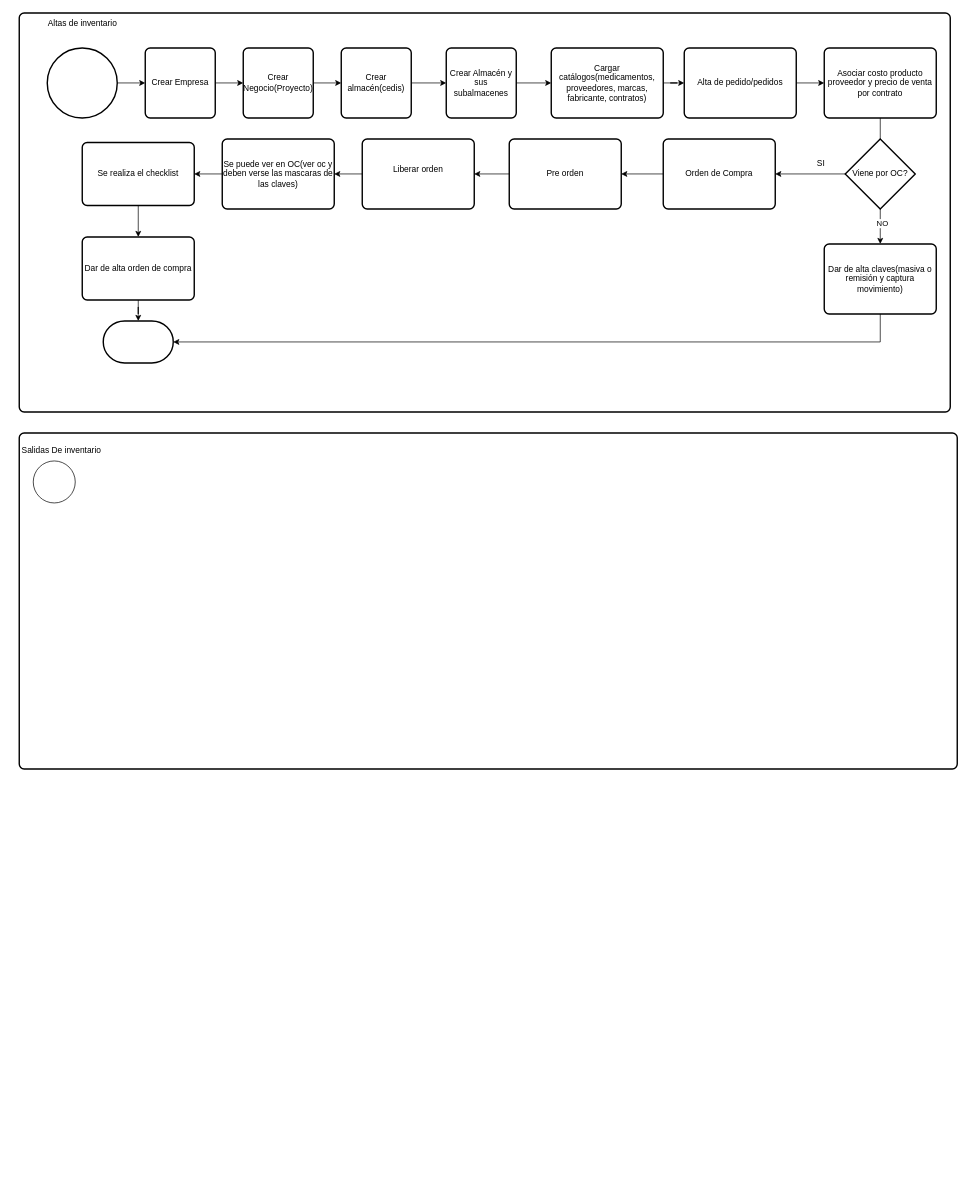
The draw.io diagram FlujoWMSCompleto.drawio in ErnestoDanielTafoyaMolinaCYM/clases-cat-cym, before the edit. Source tidied: cells renumbered, new cells numbered last; positions are measured from the earlier drawing's top-left corner, leaving out a move shared by most shapes. Both pictures are drawn from the tidied source at 70%, with x=0, y=0 at pixel (12, 13).
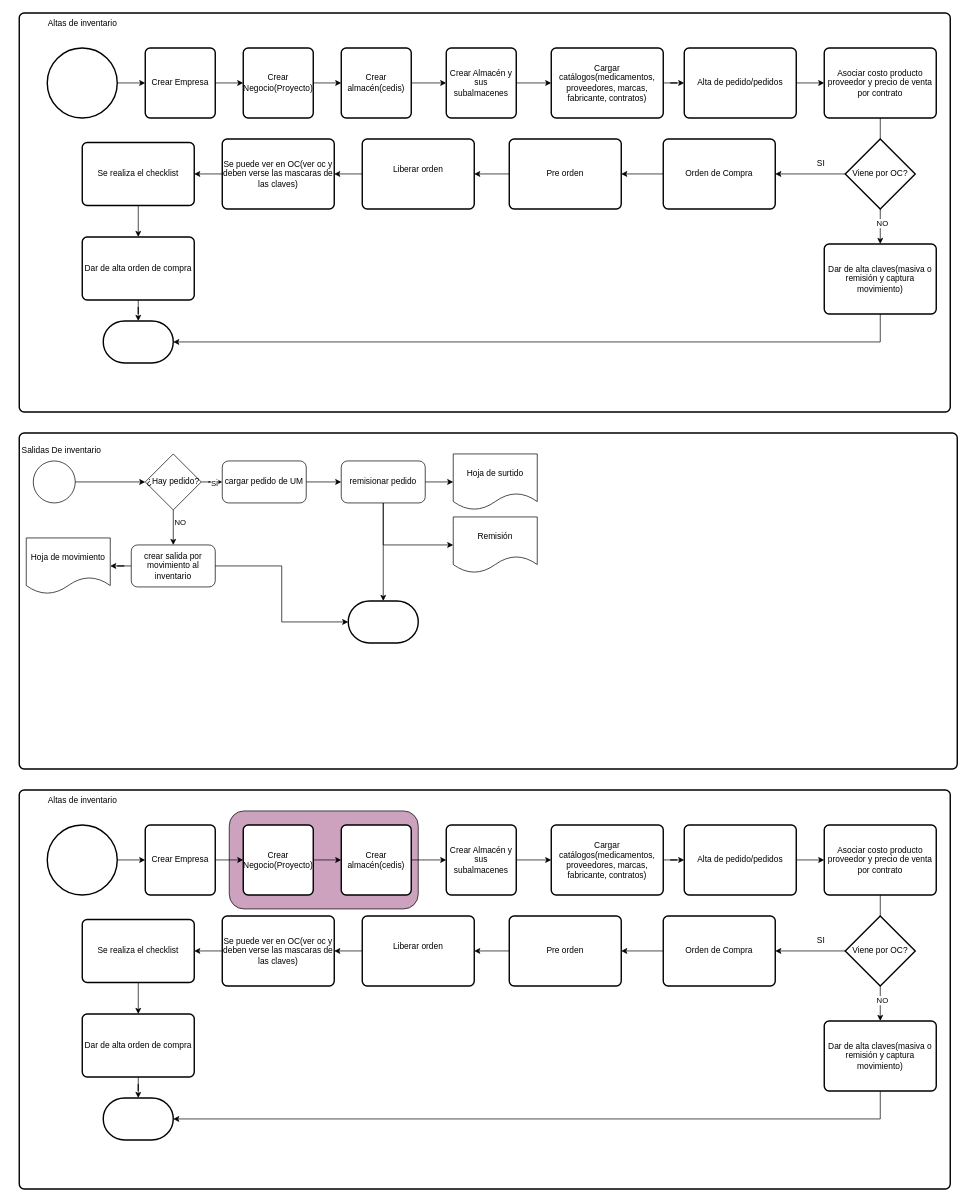
Above is the later version.

Unchanged cells that the change refers to:
```xml
<mxCell id="41" style="verticalLabelPosition=bottom;verticalAlign=top;html=1;shape=mxgraph.flowchart.on-page_reference;" parent="1" vertex="1">
  <mxGeometry x="30" y="640" width="60" height="60" as="geometry" />
</mxCell>
```

Diff of the diagram source:
```diff
@@
+    <mxCell id="42" style="edgeStyle=orthogonalEdgeStyle;rounded=0;jettySize=auto;html=1;" parent="1" edge="1" source="55" target="45">
+      <mxGeometry relative="1" as="geometry" />
+    </mxCell>
+    <mxCell id="43" value="SI" style="edgeLabel;html=1;align=center;verticalAlign=middle;" parent="42" vertex="1">
+      <mxGeometry x="-0.29" y="-2" relative="1" as="geometry" />
+    </mxCell>
@@
+    <mxCell id="44" style="edgeStyle=orthogonalEdgeStyle;rounded=0;jettySize=auto;html=1;" parent="1" edge="1" source="45" target="49">
+      <mxGeometry relative="1" as="geometry" />
+    </mxCell>
+    <mxCell id="45" value="cargar&amp;nbsp;&lt;span style=&quot;background-color: transparent; color: light-dark(rgb(0, 0, 0), rgb(255, 255, 255));&quot;&gt;pedido de UM&lt;/span&gt;" style="rounded=1;whiteSpace=wrap;html=1;" parent="1" vertex="1">
+      <mxGeometry x="300" y="640" width="120" height="60" as="geometry" />
+    </mxCell>
+    <mxCell id="46" style="edgeStyle=orthogonalEdgeStyle;rounded=0;jettySize=auto;html=1;" parent="1" edge="1" source="49" target="50">
+      <mxGeometry relative="1" as="geometry" />
+    </mxCell>
+    <mxCell id="47" style="edgeStyle=orthogonalEdgeStyle;rounded=0;jettySize=auto;html=1;exitX=0.5;exitY=1;exitDx=0;exitDy=0;entryX=0;entryY=0.5;entryDx=0;entryDy=0;" parent="1" edge="1" source="49" target="51">
+      <mxGeometry relative="1" as="geometry" />
+    </mxCell>
+    <mxCell id="48" style="edgeStyle=orthogonalEdgeStyle;rounded=0;jettySize=auto;html=1;exitX=0.5;exitY=1;exitDx=0;exitDy=0;" parent="1" edge="1" source="49" target="59">
+      <mxGeometry relative="1" as="geometry" />
+    </mxCell>
+    <mxCell id="49" value="remisionar pedido" style="rounded=1;whiteSpace=wrap;html=1;" parent="1" vertex="1">
+      <mxGeometry x="470" y="640" width="120" height="60" as="geometry" />
+    </mxCell>
+    <mxCell id="50" value="Hoja de surtido" style="shape=document;whiteSpace=wrap;html=1;boundedLbl=1;" parent="1" vertex="1">
+      <mxGeometry x="630" y="630" width="120" height="80" as="geometry" />
+    </mxCell>
+    <mxCell id="51" value="Remisión" style="shape=document;whiteSpace=wrap;html=1;boundedLbl=1;" parent="1" vertex="1">
+      <mxGeometry x="630" y="720" width="120" height="80" as="geometry" />
+    </mxCell>
+    <mxCell id="52" style="edgeStyle=orthogonalEdgeStyle;rounded=0;jettySize=auto;html=1;" parent="1" edge="1" source="41" target="55">
+      <mxGeometry relative="1" as="geometry" />
+    </mxCell>
+    <mxCell id="53" style="edgeStyle=orthogonalEdgeStyle;rounded=0;jettySize=auto;html=1;" parent="1" edge="1" source="55" target="57">
+      <mxGeometry relative="1" as="geometry" />
+    </mxCell>
+    <mxCell id="54" value="NO" style="edgeLabel;html=1;align=center;verticalAlign=middle;" parent="53" vertex="1">
+      <mxGeometry x="-0.33" y="9" relative="1" as="geometry" />
+    </mxCell>
+    <mxCell id="55" value="¿Hay pedido?" style="rhombus;whiteSpace=wrap;html=1;" parent="1" vertex="1">
+      <mxGeometry x="190" y="630" width="80" height="80" as="geometry" />
+    </mxCell>
+    <mxCell id="56" style="edgeStyle=orthogonalEdgeStyle;rounded=0;jettySize=auto;html=1;" parent="1" edge="1" source="57" target="58">
+      <mxGeometry relative="1" as="geometry" />
+    </mxCell>
+    <mxCell id="57" value="crear salida por movimiento al inventario" style="rounded=1;whiteSpace=wrap;html=1;" parent="1" vertex="1">
+      <mxGeometry x="170" y="760" width="120" height="60" as="geometry" />
+    </mxCell>
+    <mxCell id="58" value="Hoja de movimiento" style="shape=document;whiteSpace=wrap;html=1;boundedLbl=1;rounded=1;" parent="1" vertex="1">
+      <mxGeometry x="20" y="750" width="120" height="80" as="geometry" />
+    </mxCell>
+    <mxCell id="59" style="strokeWidth=2;html=1;shape=mxgraph.flowchart.terminator;whiteSpace=wrap;" parent="1" vertex="1">
+      <mxGeometry x="480" y="840" width="100" height="60" as="geometry" />
+    </mxCell>
+    <mxCell id="60" style="edgeStyle=orthogonalEdgeStyle;rounded=0;jettySize=auto;html=1;exitX=1;exitY=0.5;exitDx=0;exitDy=0;entryX=0;entryY=0.5;entryDx=0;entryDy=0;entryPerimeter=0;" parent="1" edge="1" source="57" target="59">
+      <mxGeometry relative="1" as="geometry" />
+    </mxCell>
+    <mxCell id="61" style="rounded=1;whiteSpace=wrap;html=1;absoluteArcSize=1;arcSize=14;strokeWidth=2;" parent="1" vertex="1">
+      <mxGeometry x="10" y="1110" width="1330" height="570" as="geometry" />
+    </mxCell>
+    <mxCell id="62" style="edgeStyle=orthogonalEdgeStyle;rounded=0;jettySize=auto;html=1;" parent="1" edge="1" source="63" target="64">
+      <mxGeometry relative="1" as="geometry" />
+    </mxCell>
+    <mxCell id="63" style="strokeWidth=2;html=1;shape=mxgraph.flowchart.start_2;whiteSpace=wrap;" parent="1" vertex="1">
+      <mxGeometry x="50" y="1160" width="100" height="100" as="geometry" />
+    </mxCell>
+    <mxCell id="64" value="Crear Empresa" style="rounded=1;whiteSpace=wrap;html=1;absoluteArcSize=1;arcSize=14;strokeWidth=2;" parent="1" vertex="1">
+      <mxGeometry x="190" y="1160" width="100" height="100" as="geometry" />
+    </mxCell>
+    <mxCell id="65" style="edgeStyle=orthogonalEdgeStyle;rounded=0;jettySize=auto;html=1;" parent="1" edge="1" source="66" target="68">
+      <mxGeometry relative="1" as="geometry" />
+    </mxCell>
+    <mxCell id="66" value="Crear Almacén y sus subalmacenes" style="rounded=1;whiteSpace=wrap;html=1;absoluteArcSize=1;arcSize=14;strokeWidth=2;" parent="1" vertex="1">
+      <mxGeometry x="620" y="1160" width="100" height="100" as="geometry" />
+    </mxCell>
+    <mxCell id="67" style="edgeStyle=orthogonalEdgeStyle;rounded=0;jettySize=auto;html=1;" parent="1" edge="1" source="68" target="70">
+      <mxGeometry relative="1" as="geometry" />
+    </mxCell>
+    <mxCell id="68" value="Cargar catálogos(medicamentos, proveedores, marcas, fabricante, contratos)" style="rounded=1;whiteSpace=wrap;html=1;absoluteArcSize=1;arcSize=14;strokeWidth=2;" parent="1" vertex="1">
+      <mxGeometry x="770" y="1160" width="160" height="100" as="geometry" />
+    </mxCell>
+    <mxCell id="69" style="edgeStyle=orthogonalEdgeStyle;rounded=0;jettySize=auto;html=1;" parent="1" edge="1" source="70" target="73">
+      <mxGeometry relative="1" as="geometry" />
+    </mxCell>
+    <mxCell id="70" value="Alta de pedido/pedidos" style="rounded=1;whiteSpace=wrap;html=1;absoluteArcSize=1;arcSize=14;strokeWidth=2;" parent="1" vertex="1">
+      <mxGeometry x="960" y="1160" width="160" height="100" as="geometry" />
+    </mxCell>
+    <mxCell id="71" style="edgeStyle=orthogonalEdgeStyle;rounded=0;jettySize=auto;html=1;" parent="1" edge="1" source="73" target="76">
+      <mxGeometry relative="1" as="geometry" />
+    </mxCell>
+    <mxCell id="72" value="NO" style="edgeLabel;html=1;align=center;verticalAlign=middle;" parent="71" vertex="1">
+      <mxGeometry x="0.68" y="2" relative="1" as="geometry">
+        <mxPoint y="-1" as="offset" />
+      </mxGeometry>
+    </mxCell>
+    <mxCell id="73" value="Asociar costo producto proveedor y precio de venta por contrato" style="rounded=1;whiteSpace=wrap;html=1;absoluteArcSize=1;arcSize=14;strokeWidth=2;" parent="1" vertex="1">
+      <mxGeometry x="1160" y="1160" width="160" height="100" as="geometry" />
+    </mxCell>
+    <mxCell id="74" style="edgeStyle=orthogonalEdgeStyle;rounded=0;jettySize=auto;html=1;exitX=0;exitY=0.5;exitDx=0;exitDy=0;exitPerimeter=0;" parent="1" edge="1" source="89" target="78">
+      <mxGeometry relative="1" as="geometry" />
+    </mxCell>
+    <mxCell id="75" style="edgeStyle=orthogonalEdgeStyle;rounded=0;jettySize=auto;html=1;exitX=0.5;exitY=1;exitDx=0;exitDy=0;" parent="1" edge="1" source="76" target="91">
+      <mxGeometry relative="1" as="geometry">
+        <Array as="points">
+          <mxPoint x="1240" y="1580" />
+        </Array>
+      </mxGeometry>
+    </mxCell>
+    <mxCell id="76" value="Dar de alta claves(masiva o remisión y captura movimiento)" style="rounded=1;whiteSpace=wrap;html=1;absoluteArcSize=1;arcSize=14;strokeWidth=2;" parent="1" vertex="1">
+      <mxGeometry x="1160" y="1440" width="160" height="100" as="geometry" />
+    </mxCell>
+    <mxCell id="77" style="edgeStyle=orthogonalEdgeStyle;rounded=0;jettySize=auto;html=1;" parent="1" edge="1" source="78" target="80">
+      <mxGeometry relative="1" as="geometry" />
+    </mxCell>
+    <mxCell id="78" value="Orden de Compra" style="rounded=1;whiteSpace=wrap;html=1;absoluteArcSize=1;arcSize=14;strokeWidth=2;" parent="1" vertex="1">
+      <mxGeometry x="930" y="1290" width="160" height="100" as="geometry" />
+    </mxCell>
+    <mxCell id="79" style="edgeStyle=orthogonalEdgeStyle;rounded=0;jettySize=auto;html=1;" parent="1" edge="1" source="80" target="82">
+      <mxGeometry relative="1" as="geometry" />
+    </mxCell>
+    <mxCell id="80" value="Pre orden" style="rounded=1;whiteSpace=wrap;html=1;absoluteArcSize=1;arcSize=14;strokeWidth=2;" parent="1" vertex="1">
+      <mxGeometry x="710" y="1290" width="160" height="100" as="geometry" />
+    </mxCell>
+    <mxCell id="81" style="edgeStyle=orthogonalEdgeStyle;rounded=0;jettySize=auto;html=1;" parent="1" edge="1" source="82" target="84">
+      <mxGeometry relative="1" as="geometry" />
+    </mxCell>
+    <mxCell id="82" value="Liberar orden&lt;div&gt;&lt;br&gt;&lt;/div&gt;" style="rounded=1;whiteSpace=wrap;html=1;absoluteArcSize=1;arcSize=14;strokeWidth=2;" parent="1" vertex="1">
+      <mxGeometry x="500" y="1290" width="160" height="100" as="geometry" />
+    </mxCell>
+    <mxCell id="83" style="edgeStyle=orthogonalEdgeStyle;rounded=0;jettySize=auto;html=1;" parent="1" edge="1" source="84" target="86">
+      <mxGeometry relative="1" as="geometry" />
+    </mxCell>
+    <mxCell id="84" value="&lt;div&gt;Se puede ver en OC(ver oc y deben verse las mascaras de las claves)&lt;/div&gt;" style="rounded=1;whiteSpace=wrap;html=1;absoluteArcSize=1;arcSize=14;strokeWidth=2;" parent="1" vertex="1">
+      <mxGeometry x="300" y="1290" width="160" height="100" as="geometry" />
+    </mxCell>
+    <mxCell id="85" style="edgeStyle=orthogonalEdgeStyle;rounded=0;jettySize=auto;html=1;" parent="1" edge="1" source="86" target="88">
+      <mxGeometry relative="1" as="geometry" />
+    </mxCell>
+    <mxCell id="86" value="Se realiza el checklist" style="whiteSpace=wrap;html=1;rounded=1;absoluteArcSize=1;arcSize=14;strokeWidth=2;" parent="1" vertex="1">
+      <mxGeometry x="100" y="1295" width="160" height="90" as="geometry" />
+    </mxCell>
+    <mxCell id="87" style="edgeStyle=orthogonalEdgeStyle;rounded=0;jettySize=auto;html=1;" parent="1" edge="1" source="88" target="91">
+      <mxGeometry relative="1" as="geometry" />
+    </mxCell>
+    <mxCell id="88" value="Dar de alta orden de compra" style="whiteSpace=wrap;html=1;rounded=1;absoluteArcSize=1;arcSize=14;strokeWidth=2;" parent="1" vertex="1">
+      <mxGeometry x="100" y="1430" width="160" height="90" as="geometry" />
+    </mxCell>
+    <mxCell id="89" value="Viene por OC?" style="strokeWidth=2;html=1;shape=mxgraph.flowchart.decision;whiteSpace=wrap;" parent="1" vertex="1">
+      <mxGeometry x="1190" y="1290" width="100" height="100" as="geometry" />
+    </mxCell>
+    <mxCell id="90" value="SI" style="text;html=1;align=center;verticalAlign=middle;strokeColor=none;fillColor=none;" parent="1" vertex="1">
+      <mxGeometry x="1140" y="1310" width="30" height="30" as="geometry" />
+    </mxCell>
+    <mxCell id="91" style="strokeWidth=2;html=1;shape=mxgraph.flowchart.terminator;whiteSpace=wrap;" parent="1" vertex="1">
+      <mxGeometry x="130" y="1550" width="100" height="60" as="geometry" />
+    </mxCell>
+    <mxCell id="92" value="Altas de inventario" style="text;html=1;align=center;verticalAlign=middle;strokeColor=none;fillColor=none;" parent="1" vertex="1">
+      <mxGeometry x="40" y="1110" width="120" height="30" as="geometry" />
+    </mxCell>
+    <mxCell id="93" style="rounded=1;whiteSpace=wrap;html=1;fillColor=#CDA2BE;" parent="1" vertex="1">
+      <mxGeometry x="310" y="1140" width="270" height="140" as="geometry" />
+    </mxCell>
+    <mxCell id="94" value="Crear Negocio(Proyecto)" style="rounded=1;whiteSpace=wrap;html=1;absoluteArcSize=1;arcSize=14;strokeWidth=2;" parent="1" vertex="1">
+      <mxGeometry x="330" y="1160" width="100" height="100" as="geometry" />
+    </mxCell>
+    <mxCell id="95" value="Crear almacén(cedis)" style="rounded=1;whiteSpace=wrap;html=1;absoluteArcSize=1;arcSize=14;strokeWidth=2;" parent="1" vertex="1">
+      <mxGeometry x="470" y="1160" width="100" height="100" as="geometry" />
+    </mxCell>
+    <mxCell id="96" style="edgeStyle=orthogonalEdgeStyle;rounded=0;jettySize=auto;html=1;" parent="1" edge="1" source="94" target="95">
+      <mxGeometry relative="1" as="geometry" />
+    </mxCell>
+    <mxCell id="97" style="edgeStyle=orthogonalEdgeStyle;rounded=0;jettySize=auto;html=1;" parent="1" edge="1" source="64" target="94">
+      <mxGeometry relative="1" as="geometry" />
+    </mxCell>
+    <mxCell id="98" style="edgeStyle=orthogonalEdgeStyle;rounded=0;jettySize=auto;html=1;" parent="1" edge="1" source="95" target="66">
+      <mxGeometry relative="1" as="geometry" />
+    </mxCell>
```
